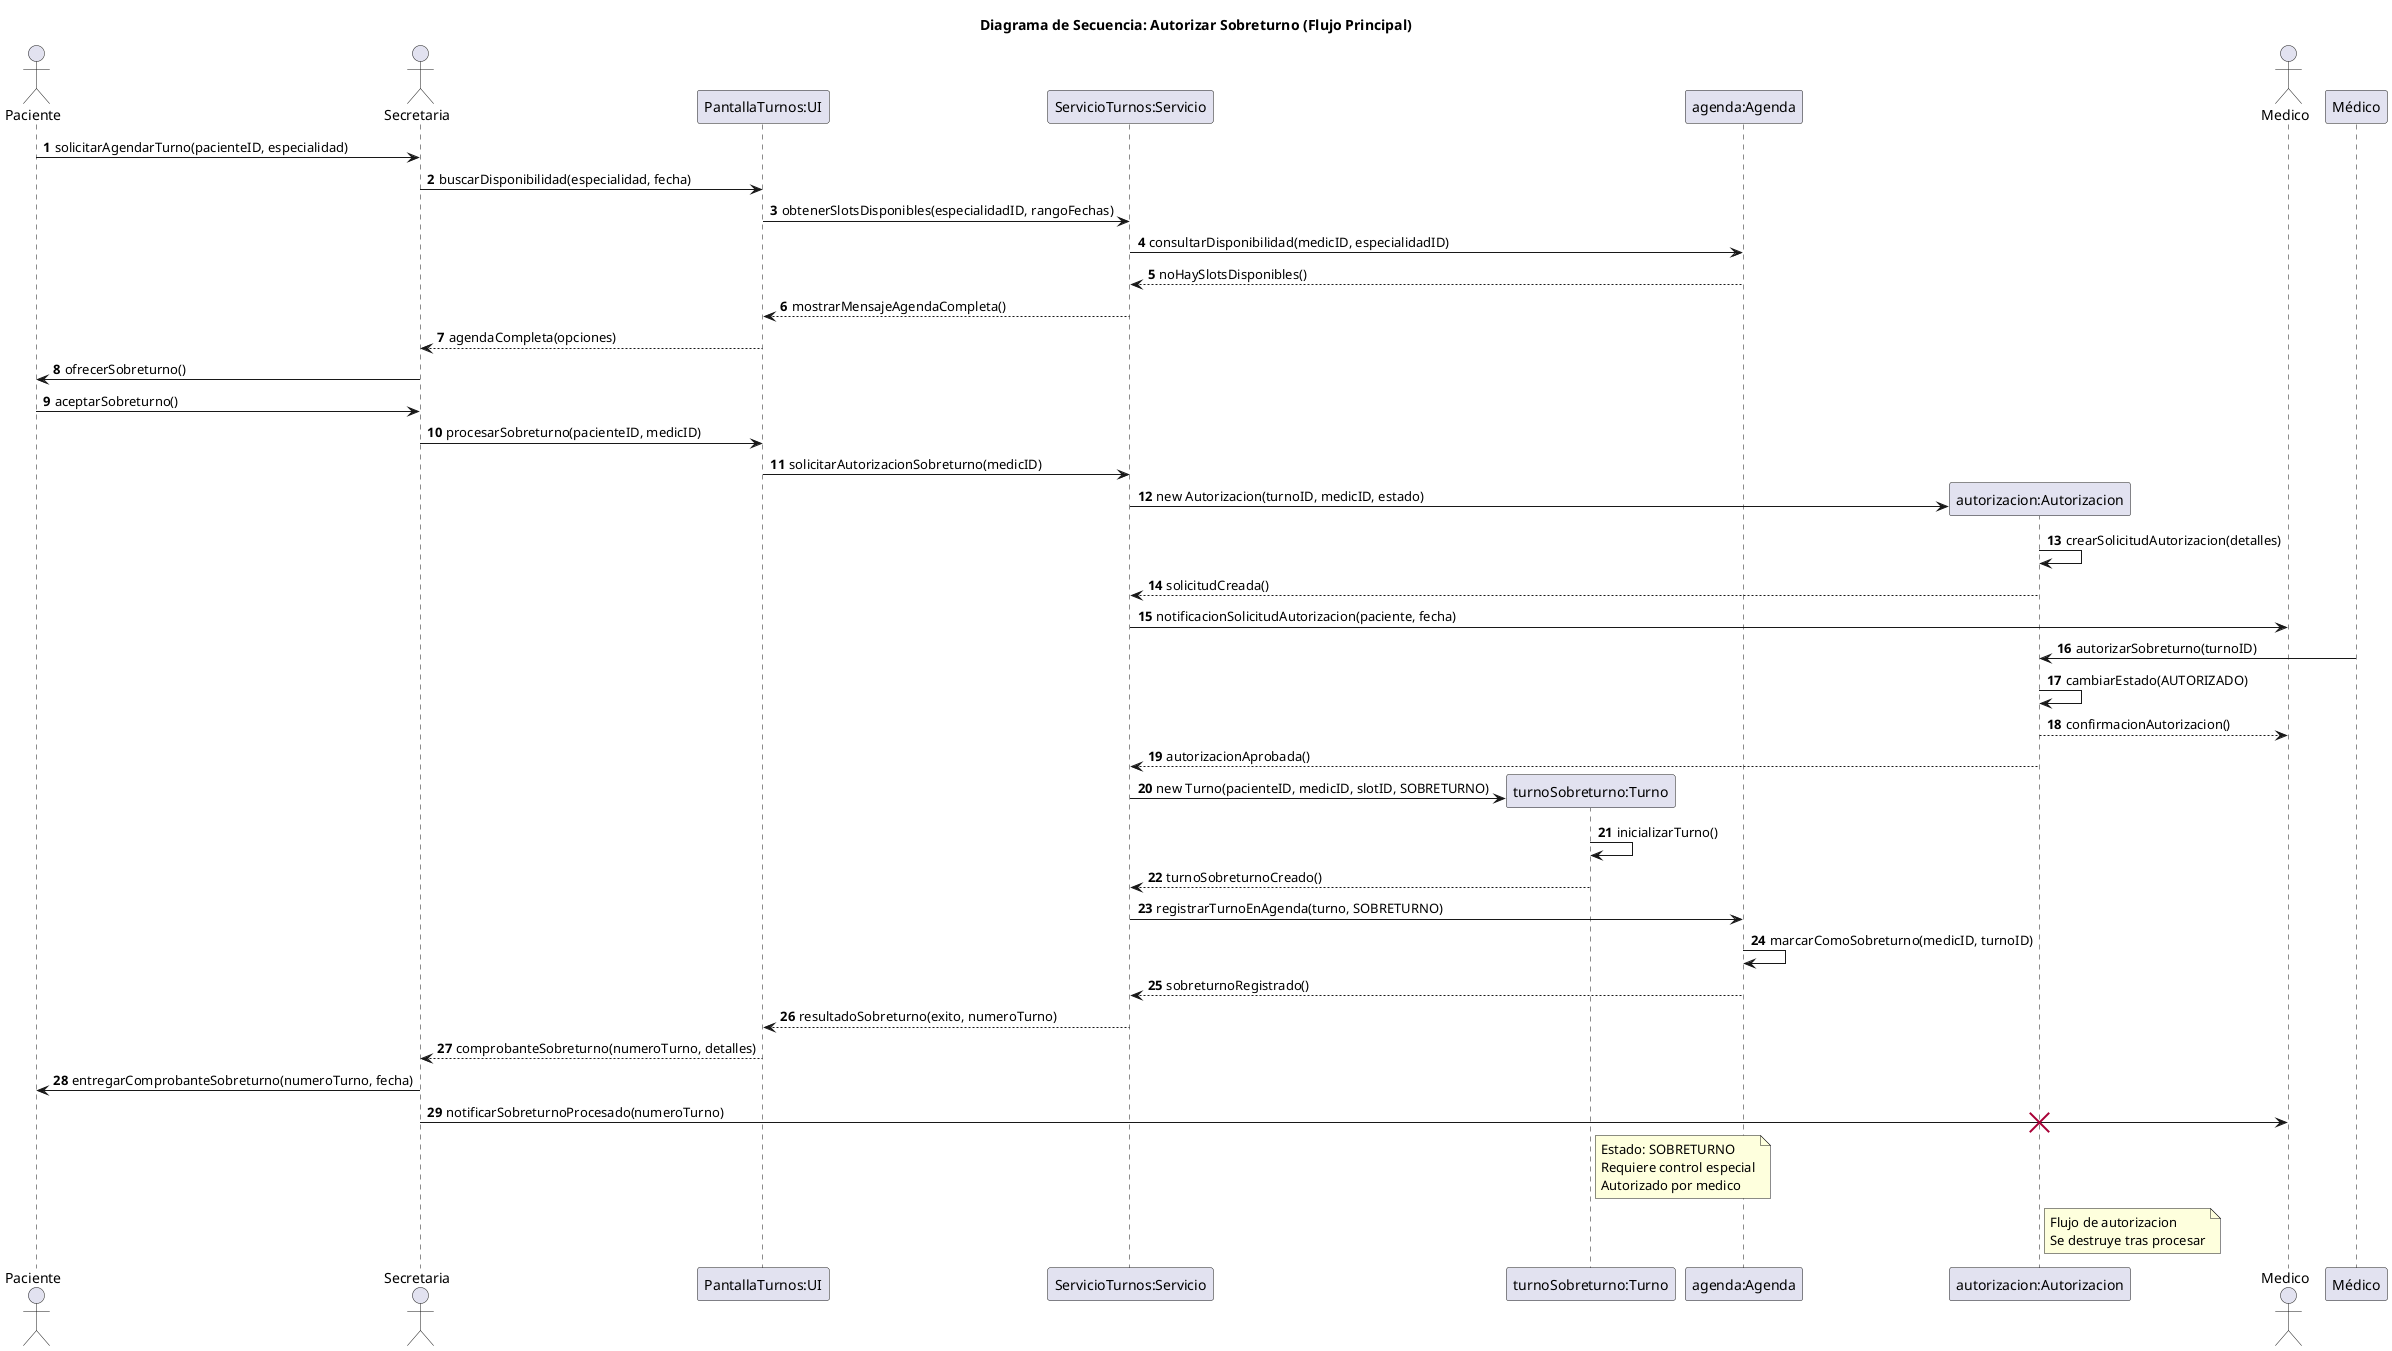
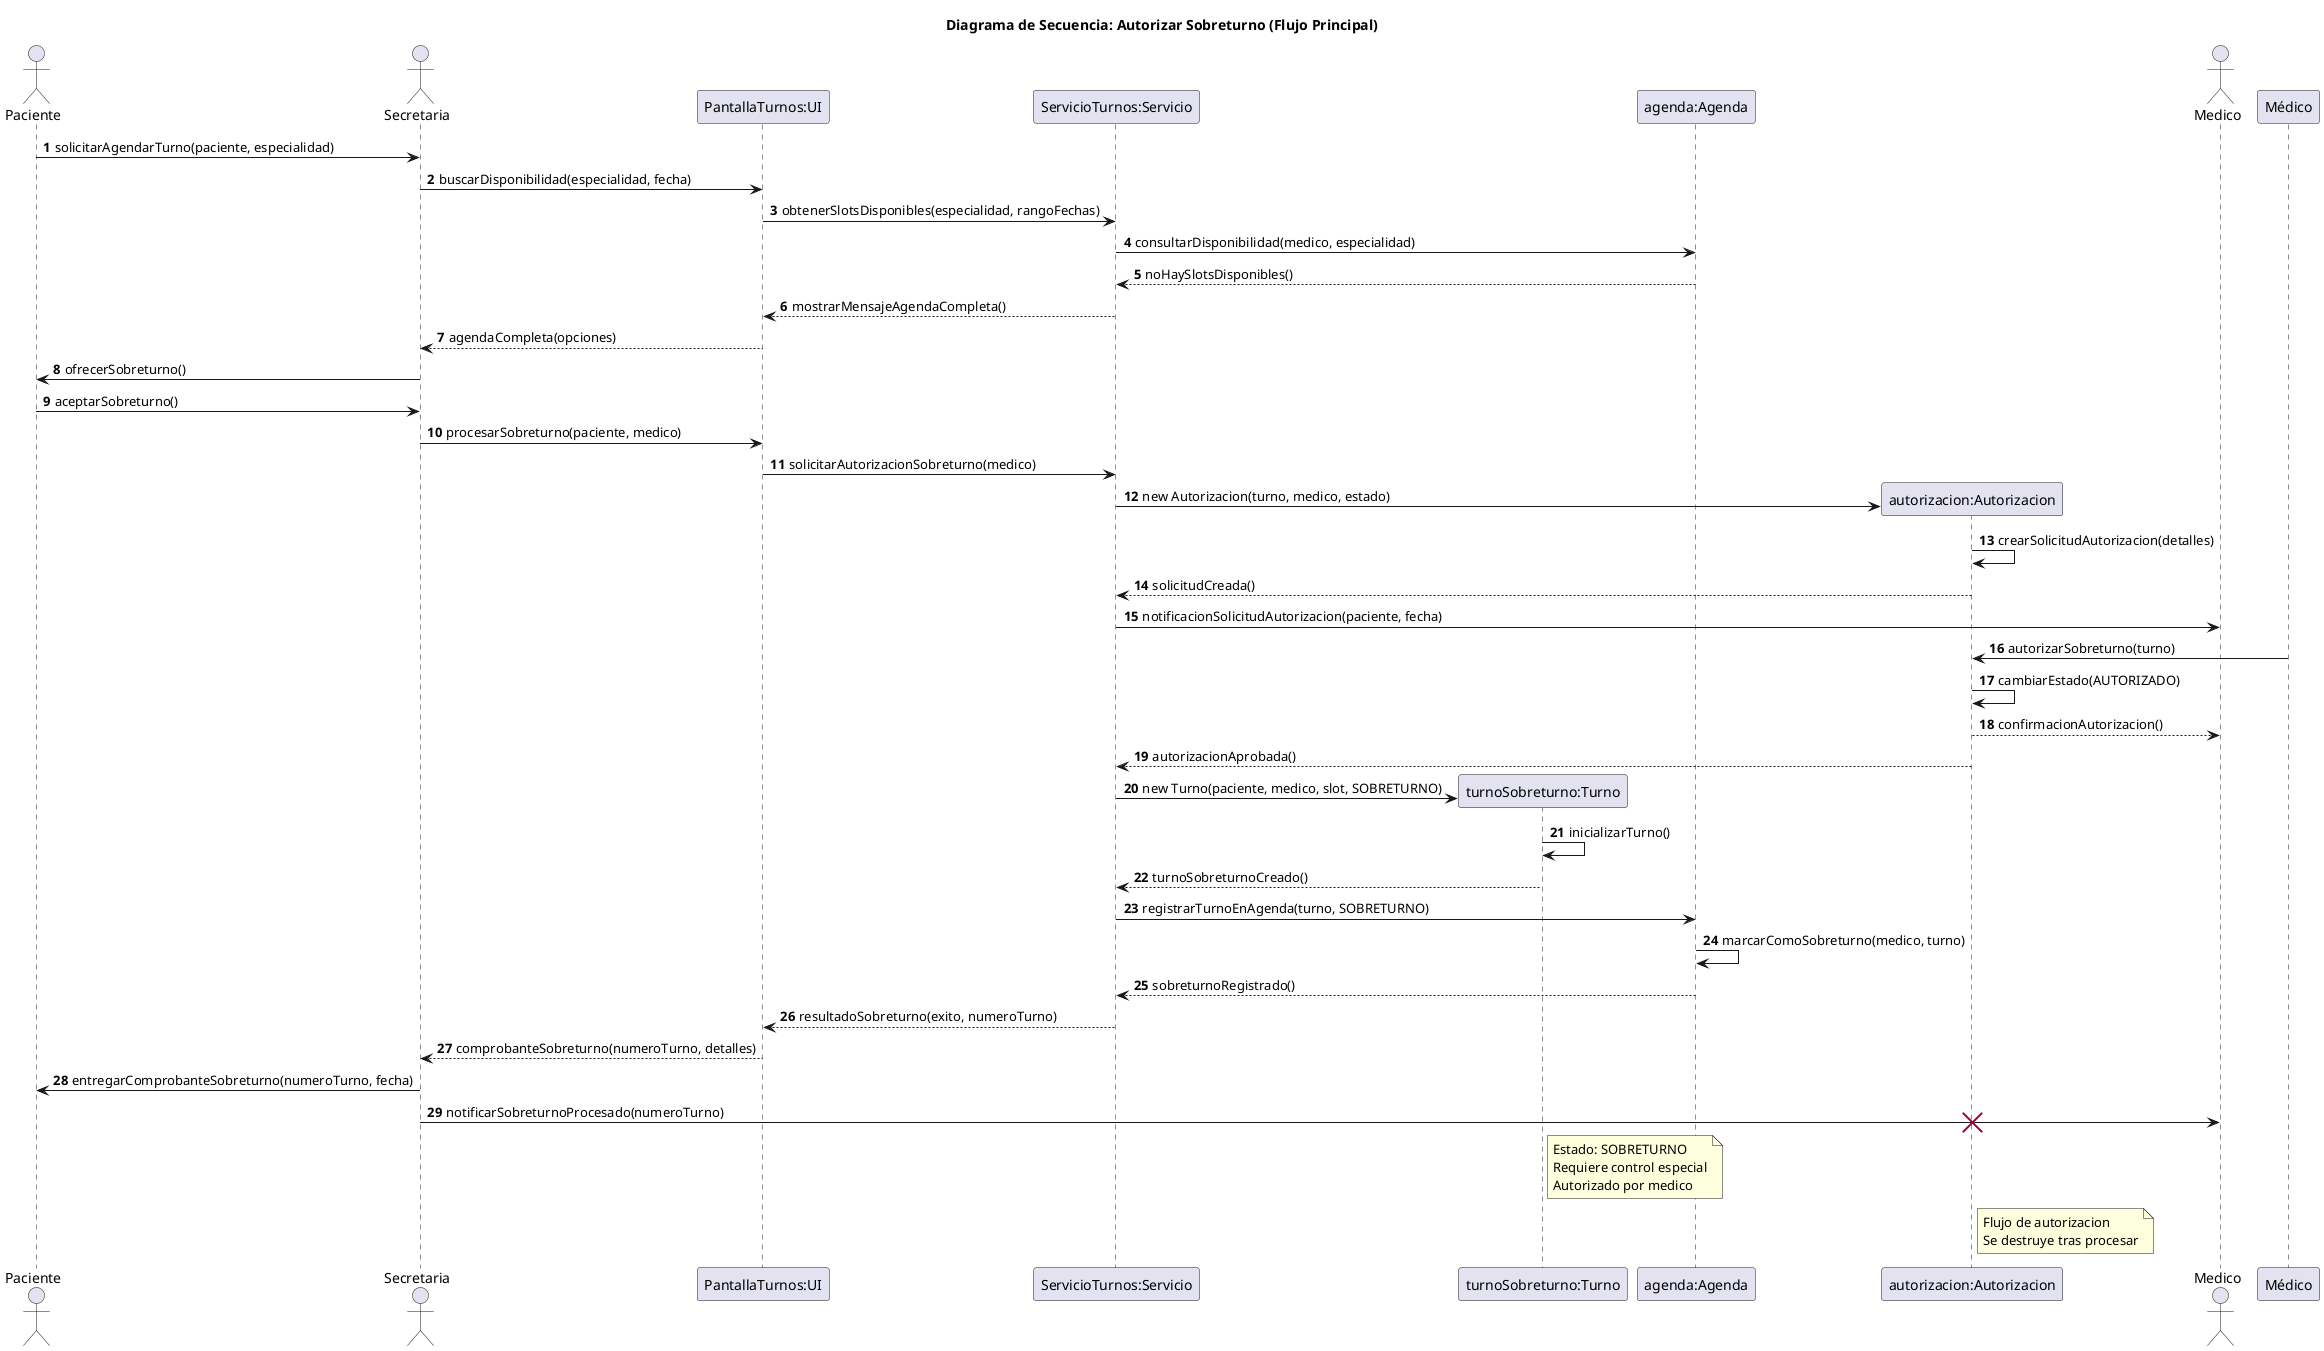
@startuml 05-secuencia-autorizar-sobreturno-flujo-principal-04
title Diagrama de Secuencia: Autorizar Sobreturno (Flujo Principal)

actor Paciente
actor Secretaria
participant "PantallaTurnos:UI" as UI
participant "ServicioTurnos:Servicio" as Servicio
participant "turnoSobreturno:Turno" as Turno
participant "agenda:Agenda" as Agenda
participant "autorizacion:Autorizacion" as Auth
actor Medico

autonumber

- Paciente -> Secretaria: solicitarAgendarTurno(pacienteID, especialidad)
+ Paciente -> Secretaria: solicitarAgendarTurno(paciente, especialidad)
Secretaria -> UI: buscarDisponibilidad(especialidad, fecha)
- UI -> Servicio: obtenerSlotsDisponibles(especialidadID, rangoFechas)
- Servicio -> Agenda: consultarDisponibilidad(medicID, especialidadID)
+ UI -> Servicio: obtenerSlotsDisponibles(especialidad, rangoFechas)
+ Servicio -> Agenda: consultarDisponibilidad(medico, especialidad)
Agenda --> Servicio: noHaySlotsDisponibles()
Servicio --> UI: mostrarMensajeAgendaCompleta()
UI --> Secretaria: agendaCompleta(opciones)
Secretaria -> Paciente: ofrecerSobreturno()
Paciente -> Secretaria: aceptarSobreturno()
- Secretaria -> UI: procesarSobreturno(pacienteID, medicID)
- UI -> Servicio: solicitarAutorizacionSobreturno(medicID)
+ Secretaria -> UI: procesarSobreturno(paciente, medico)
+ UI -> Servicio: solicitarAutorizacionSobreturno(medico)
create Auth
- Servicio -> Auth: new Autorizacion(turnoID, medicID, estado)
+ Servicio -> Auth: new Autorizacion(turno, medico, estado)
Auth -> Auth: crearSolicitudAutorizacion(detalles)
Auth --> Servicio: solicitudCreada()
Servicio -> Medico: notificacionSolicitudAutorizacion(paciente, fecha)
- Médico -> Auth: autorizarSobreturno(turnoID)
+ Médico -> Auth: autorizarSobreturno(turno)
Auth -> Auth: cambiarEstado(AUTORIZADO)
Auth --> Medico: confirmacionAutorizacion()
Auth --> Servicio: autorizacionAprobada()
create Turno
- Servicio -> Turno: new Turno(pacienteID, medicID, slotID, SOBRETURNO)
+ Servicio -> Turno: new Turno(paciente, medico, slot, SOBRETURNO)
Turno -> Turno: inicializarTurno()
Turno --> Servicio: turnoSobreturnoCreado()
Servicio -> Agenda: registrarTurnoEnAgenda(turno, SOBRETURNO)
- Agenda -> Agenda: marcarComoSobreturno(medicID, turnoID)
+ Agenda -> Agenda: marcarComoSobreturno(medico, turno)
Agenda --> Servicio: sobreturnoRegistrado()
Servicio --> UI: resultadoSobreturno(exito, numeroTurno)
UI --> Secretaria: comprobanteSobreturno(numeroTurno, detalles)
Secretaria -> Paciente: entregarComprobanteSobreturno(numeroTurno, fecha)
Secretaria -> Medico: notificarSobreturnoProcesado(numeroTurno)

note right of Turno
  Estado: SOBRETURNO
  Requiere control especial
  Autorizado por medico
end note

note right of Auth
  Flujo de autorizacion
  Se destruye tras procesar
end note

destroy Auth

@enduml
